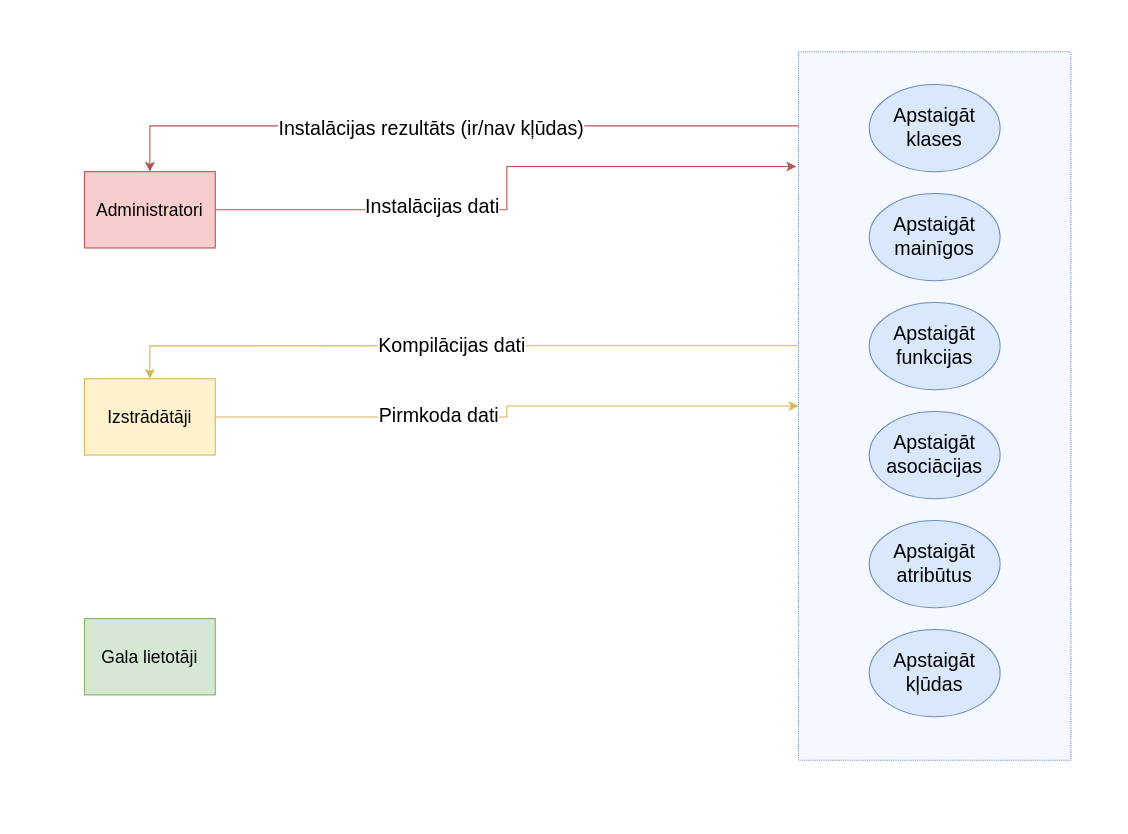
Before: page "Kompilatora modulis" (5 of 8) of src/Kvalifikacijas darbs/arhitektura.drawio in artiks12/webAppOS, a draw.io diagram. Source tidied: cells renumbered, new cells numbered last; positions are measured from the earlier drawing's top-left corner, leaving out a move shared by most shapes. Both pictures are drawn from the tidied source at 109%, with x=0, y=0 at pixel (84, 51).
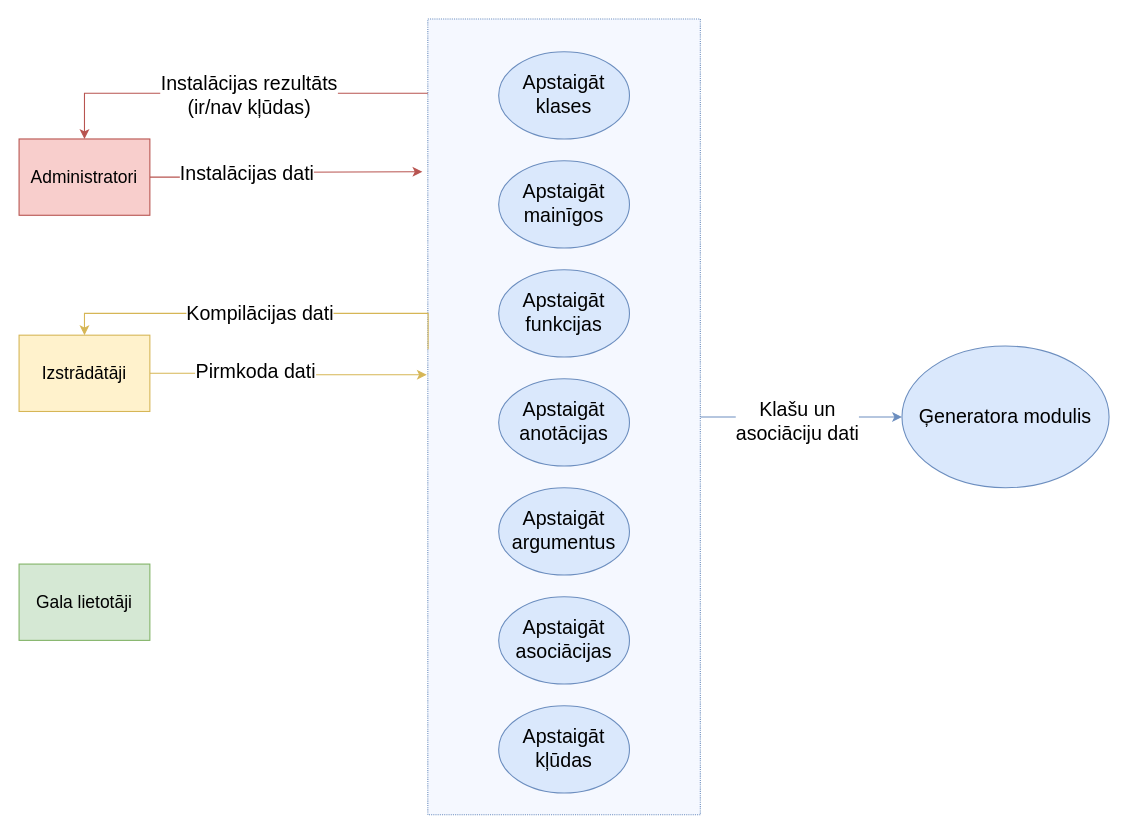
The same page after the edit.

The edit, as a diff of the source:
```diff
@@
+    <mxCell id="20" style="edgeStyle=orthogonalEdgeStyle;rounded=0;jettySize=auto;html=1;entryX=0;entryY=0.5;entryDx=0;entryDy=0;fillColor=#dae8fc;strokeColor=#6c8ebf;" parent="1" edge="1" source="2" target="21">
+      <mxGeometry relative="1" as="geometry" />
+    </mxCell>
     <mxCell id="2" style="rounded=0;whiteSpace=wrap;html=1;dashed=1;dashPattern=1 1;fillColor=#F5F8FF;strokeColor=#6c8ebf;" parent="1" vertex="1">
-      <mxGeometry x="655" width="250" height="650" as="geometry" />
+      <mxGeometry x="315" y="-30" width="250" height="730" as="geometry" />
     </mxCell>
     <mxCell id="3" value="&lt;font style=&quot;font-size: 18px&quot;&gt;Apstaigāt klases&lt;br&gt;&lt;/font&gt;" style="ellipse;whiteSpace=wrap;html=1;fillColor=#dae8fc;strokeColor=#6c8ebf;" parent="1" vertex="1">
-      <mxGeometry x="720" y="30" width="120" height="80" as="geometry" />
+      <mxGeometry x="380" width="120" height="80" as="geometry" />
     </mxCell>
     <mxCell id="4" value="&lt;font style=&quot;font-size: 18px&quot;&gt;Apstaigāt mainīgos&lt;br&gt;&lt;/font&gt;" style="ellipse;whiteSpace=wrap;html=1;fillColor=#dae8fc;strokeColor=#6c8ebf;" parent="1" vertex="1">
-      <mxGeometry x="720" y="130" width="120" height="80" as="geometry" />
+      <mxGeometry x="380" y="100" width="120" height="80" as="geometry" />
     </mxCell>
     <mxCell id="5" value="&lt;font style=&quot;font-size: 18px&quot;&gt;Apstaigāt funkcijas&lt;/font&gt;" style="ellipse;whiteSpace=wrap;html=1;fillColor=#dae8fc;strokeColor=#6c8ebf;" parent="1" vertex="1">
-      <mxGeometry x="720" y="230" width="120" height="80" as="geometry" />
+      <mxGeometry x="380" y="200" width="120" height="80" as="geometry" />
     </mxCell>
-    <mxCell id="6" value="&lt;font style=&quot;font-size: 18px&quot;&gt;Apstaigāt atribūtus&lt;br&gt;&lt;/font&gt;" style="ellipse;whiteSpace=wrap;html=1;fillColor=#dae8fc;strokeColor=#6c8ebf;" parent="1" vertex="1">
-      <mxGeometry x="720" y="430" width="120" height="80" as="geometry" />
+    <mxCell id="6" value="&lt;font style=&quot;font-size: 18px&quot;&gt;Apstaigāt anotācijas&lt;br&gt;&lt;/font&gt;" style="ellipse;whiteSpace=wrap;html=1;fillColor=#dae8fc;strokeColor=#6c8ebf;" parent="1" vertex="1">
+      <mxGeometry x="380" y="300" width="120" height="80" as="geometry" />
     </mxCell>
     <mxCell id="7" value="&lt;font style=&quot;font-size: 18px&quot;&gt;Apstaigāt asociācijas&lt;br&gt;&lt;/font&gt;" style="ellipse;whiteSpace=wrap;html=1;fillColor=#dae8fc;strokeColor=#6c8ebf;" parent="1" vertex="1">
-      <mxGeometry x="720" y="330" width="120" height="80" as="geometry" />
+      <mxGeometry x="380" y="500" width="120" height="80" as="geometry" />
     </mxCell>
     <mxCell id="8" value="&lt;font style=&quot;font-size: 18px&quot;&gt;Apstaigāt kļūdas&lt;/font&gt;" style="ellipse;whiteSpace=wrap;html=1;fillColor=#dae8fc;strokeColor=#6c8ebf;" parent="1" vertex="1">
-      <mxGeometry x="720" y="530" width="120" height="80" as="geometry" />
+      <mxGeometry x="380" y="600" width="120" height="80" as="geometry" />
     </mxCell>
     <mxCell id="9" style="edgeStyle=orthogonalEdgeStyle;rounded=0;jettySize=auto;html=1;entryX=0.5;entryY=0;entryDx=0;entryDy=0;fillColor=#f8cecc;strokeColor=#b85450;" parent="1" edge="1" target="18">
       <mxGeometry relative="1" as="geometry">
-        <mxPoint x="655" y="68" as="sourcePoint" />
+        <mxPoint x="315" y="38" as="sourcePoint" />
         <Array as="points">
-          <mxPoint x="60" y="68" />
+          <mxPoint y="38" />
         </Array>
       </mxGeometry>
     </mxCell>
-    <mxCell id="10" value="&lt;font style=&quot;font-size: 18px&quot;&gt;Instalācijas rezultāts (ir/nav kļūdas)&lt;/font&gt;" style="edgeLabel;html=1;align=center;verticalAlign=middle;" parent="9" vertex="1">
-      <mxGeometry x="0.06" y="2" relative="1" as="geometry" />
+    <mxCell id="10" value="&lt;font style=&quot;font-size: 18px&quot;&gt;Instalācijas rezultāts &lt;br&gt;(ir/nav kļūdas)&lt;/font&gt;" style="edgeLabel;html=1;align=center;verticalAlign=middle;" parent="9" vertex="1">
+      <mxGeometry x="0.06" y="2" relative="1" as="geometry">
+        <mxPoint x="24" as="offset" />
+      </mxGeometry>
     </mxCell>
-    <mxCell id="11" style="edgeStyle=orthogonalEdgeStyle;rounded=0;jettySize=auto;html=1;entryX=0;entryY=0.5;entryDx=0;entryDy=0;fillColor=#fff2cc;strokeColor=#d6b656;" parent="1" edge="1" source="15" target="2">
+    <mxCell id="11" style="edgeStyle=orthogonalEdgeStyle;rounded=0;jettySize=auto;html=1;entryX=-0.004;entryY=0.447;entryDx=0;entryDy=0;fillColor=#fff2cc;strokeColor=#d6b656;entryPerimeter=0;" parent="1" edge="1" source="15" target="2">
       <mxGeometry relative="1" as="geometry" />
     </mxCell>
@@
     <mxCell id="13" style="edgeStyle=orthogonalEdgeStyle;rounded=0;jettySize=auto;html=1;exitX=0.001;exitY=0.415;exitDx=0;exitDy=0;entryX=0.5;entryY=0;entryDx=0;entryDy=0;fillColor=#fff2cc;strokeColor=#d6b656;exitPerimeter=0;" parent="1" edge="1" source="2" target="15">
       <mxGeometry relative="1" as="geometry">
         <Array as="points">
-          <mxPoint x="60" y="270" />
+          <mxPoint x="315" y="240" />
+          <mxPoint y="240" />
         </Array>
       </mxGeometry>
     </mxCell>
@@
     <mxCell id="15" value="&lt;font size=&quot;3&quot;&gt;Izstrādātāji&lt;/font&gt;" style="rounded=0;whiteSpace=wrap;html=1;fillColor=#fff2cc;strokeColor=#d6b656;" parent="1" vertex="1">
-      <mxGeometry y="300" width="120" height="70" as="geometry" />
+      <mxGeometry x="-60" y="260" width="120" height="70" as="geometry" />
     </mxCell>
-    <mxCell id="16" style="edgeStyle=orthogonalEdgeStyle;rounded=0;jettySize=auto;html=1;entryX=-0.008;entryY=0.162;entryDx=0;entryDy=0;entryPerimeter=0;fillColor=#f8cecc;strokeColor=#b85450;" parent="1" edge="1" source="18" target="2">
-      <mxGeometry relative="1" as="geometry" />
+    <mxCell id="16" style="edgeStyle=orthogonalEdgeStyle;rounded=0;jettySize=auto;html=1;fillColor=#f8cecc;strokeColor=#b85450;" parent="1" edge="1" source="18">
+      <mxGeometry relative="1" as="geometry">
+        <mxPoint x="310" y="110" as="targetPoint" />
+      </mxGeometry>
     </mxCell>
@@
     <mxCell id="18" value="&lt;font size=&quot;3&quot;&gt;Administratori&lt;br&gt;&lt;/font&gt;" style="rounded=0;whiteSpace=wrap;html=1;fillColor=#f8cecc;strokeColor=#b85450;" parent="1" vertex="1">
-      <mxGeometry y="110" width="120" height="70" as="geometry" />
+      <mxGeometry x="-60" y="80" width="120" height="70" as="geometry" />
     </mxCell>
     <mxCell id="19" value="&lt;font size=&quot;3&quot;&gt;Gala lietotāji&lt;/font&gt;" style="rounded=0;whiteSpace=wrap;html=1;fillColor=#d5e8d4;strokeColor=#82b366;" parent="1" vertex="1">
-      <mxGeometry y="520" width="120" height="70" as="geometry" />
+      <mxGeometry x="-60" y="470" width="120" height="70" as="geometry" />
     </mxCell>
+    <mxCell id="21" value="&lt;font style=&quot;font-size: 18px&quot;&gt;Ģeneratora modulis&lt;/font&gt;" style="ellipse;whiteSpace=wrap;html=1;fillColor=#dae8fc;strokeColor=#6c8ebf;" parent="1" vertex="1">
+      <mxGeometry x="750" y="270" width="190" height="130" as="geometry" />
+    </mxCell>
+    <mxCell id="22" value="&lt;span style=&quot;font-size: 18px&quot;&gt;Klašu un &lt;br&gt;asociāciju dati&lt;/span&gt;" style="edgeLabel;html=1;align=center;verticalAlign=middle;labelBackgroundColor=default;" parent="1" vertex="1">
+      <mxGeometry x="660" y="350" as="geometry">
+        <mxPoint x="-7" y="-11" as="offset" />
+      </mxGeometry>
+    </mxCell>
+    <mxCell id="23" value="&lt;font style=&quot;font-size: 18px&quot;&gt;Apstaigāt argumentus&lt;br&gt;&lt;/font&gt;" style="ellipse;whiteSpace=wrap;html=1;fillColor=#dae8fc;strokeColor=#6c8ebf;" parent="1" vertex="1">
+      <mxGeometry x="380" y="400" width="120" height="80" as="geometry" />
+    </mxCell>
```
